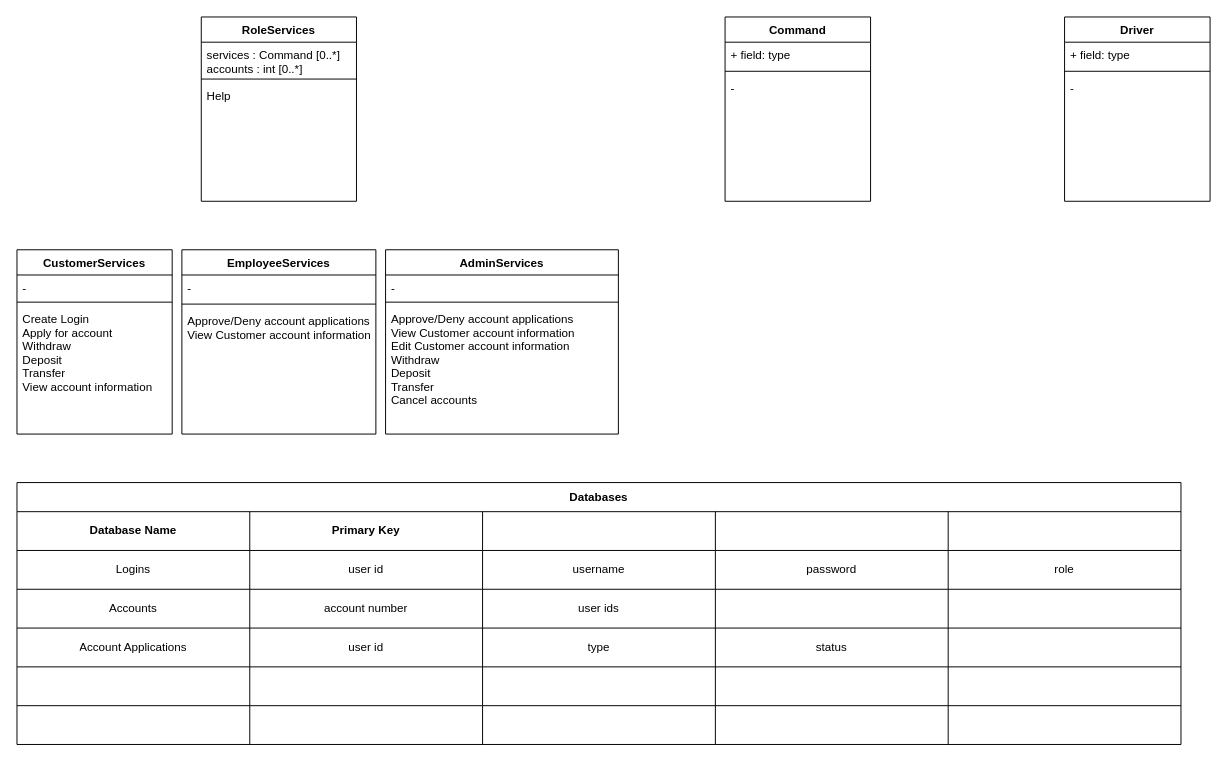
2010USFJava/OsbergC keeps this draw.io diagram as Project0/docs/Project0_UML.drawio. Above is the earlier version. Source tidied: cells renumbered, new cells numbered last; positions are measured from the earlier drawing's top-left corner, leaving out a move shared by most shapes. Both pictures are drawn from the tidied source at 97%, with x=0, y=0 at pixel (16, 16).
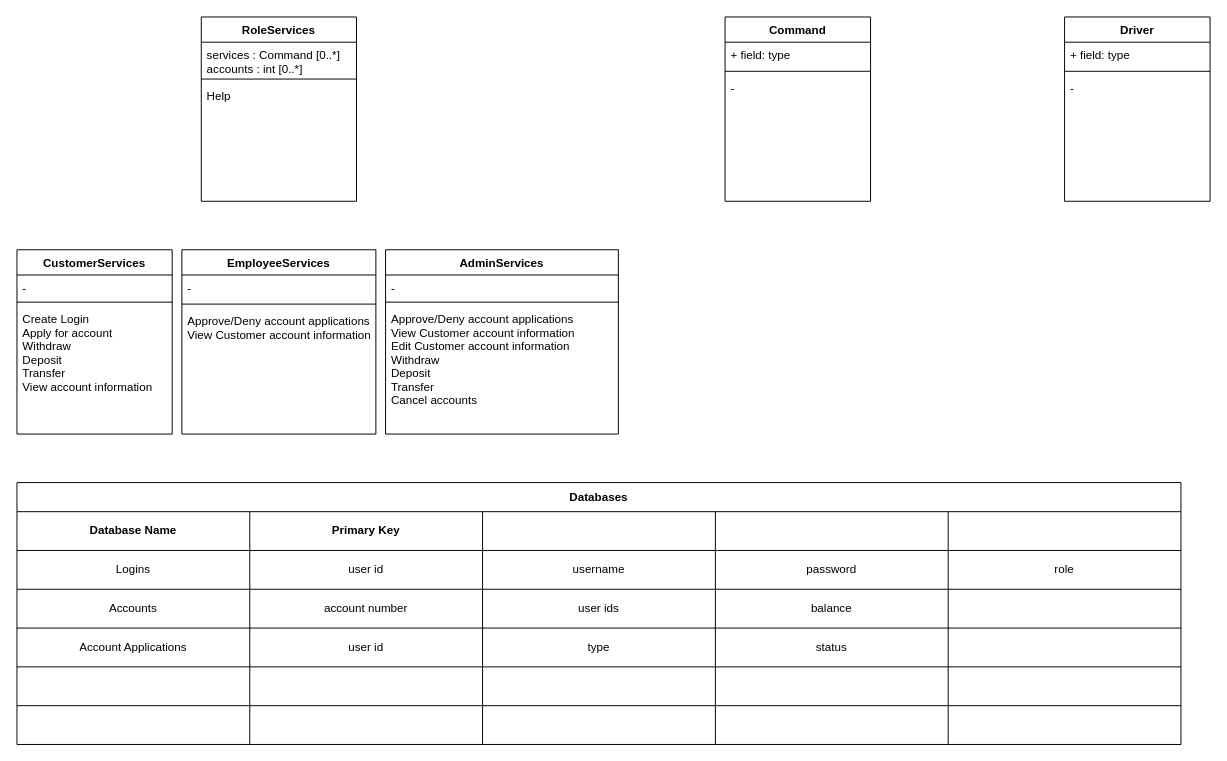
After the change.

The change refers to these unchanged cells:
```xml
<mxCell id="23" style="shape=partialRectangle;html=1;whiteSpace=wrap;fillColor=none;top=0;left=0;bottom=0;right=0;" parent="10" vertex="1">
  <mxGeometry y="110" width="1200" height="40" as="geometry" />
</mxCell>
```

Change to the diagram source:
```diff
@@
-    <mxCell id="27" style="shape=partialRectangle;html=1;whiteSpace=wrap;fillColor=none;top=0;left=0;bottom=0;right=0;overflow=hidden;" parent="23" vertex="1">
+    <mxCell id="27" value="balance" style="shape=partialRectangle;html=1;whiteSpace=wrap;fillColor=none;top=0;left=0;bottom=0;right=0;overflow=hidden;" parent="23" vertex="1">
       <mxGeometry x="720" width="240" height="40" as="geometry" />
     </mxCell>
```
